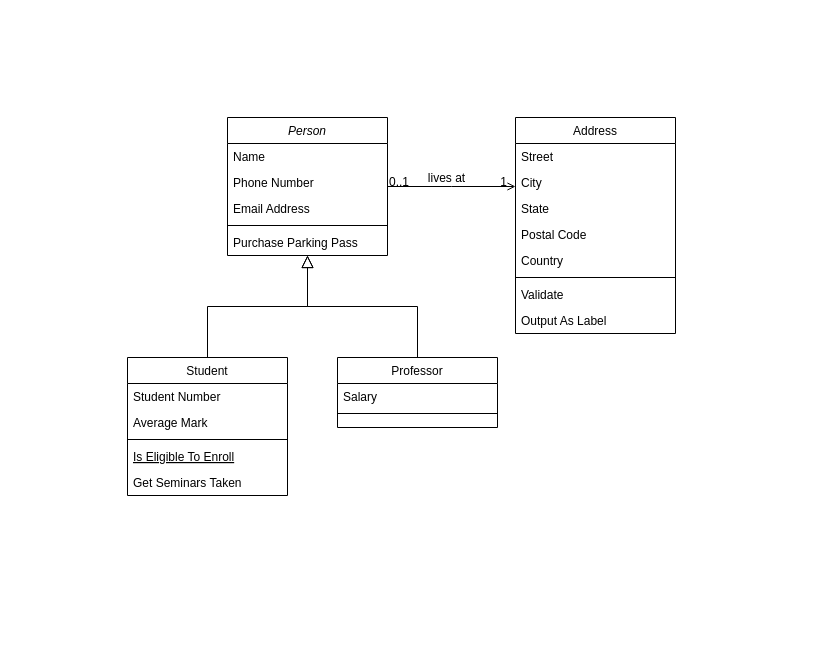
Earlier version of the draw.io diagram Діаграма без назви.drawio (Danvace/Insect-Java). Source tidied: cells renumbered, new cells numbered last; positions are measured from the earlier drawing's top-left corner, leaving out a move shared by most shapes. Both pictures are drawn from the tidied source at 100%, with x=0, y=0 at pixel (127, 117).
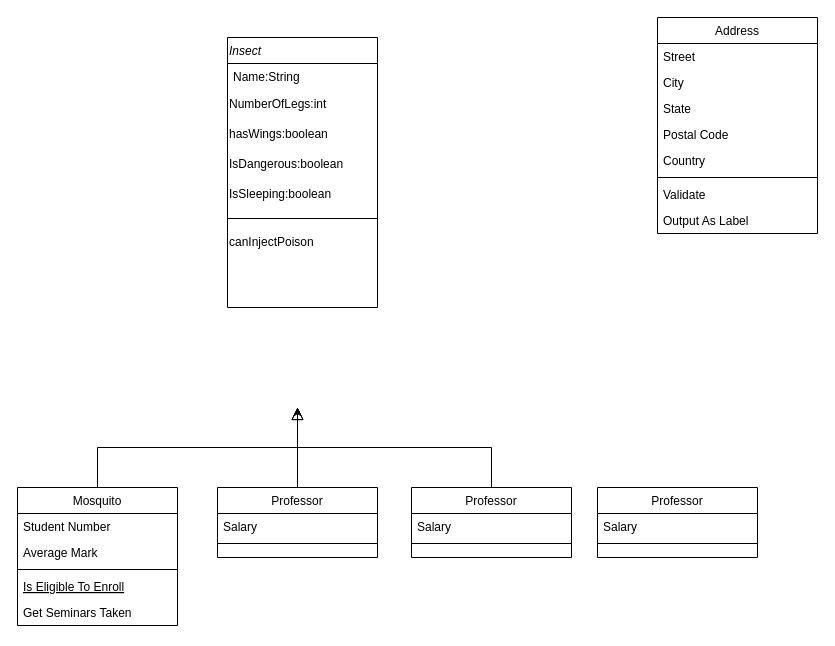
The same diagram, later.

Diff of the diagram source:
```diff
@@
-    <mxCell id="2" value="Person" style="swimlane;fontStyle=2;align=center;verticalAlign=top;horizontal=1;startSize=26;rounded=0;shadow=0;strokeWidth=1;" parent="1" vertex="1">
-      <mxGeometry x="100" width="160" height="138" as="geometry" />
+    <mxCell id="2" value="Insect" style="swimlane;fontStyle=2;align=left;verticalAlign=top;horizontal=1;startSize=26;rounded=0;shadow=0;strokeWidth=1;" parent="1" vertex="1">
+      <mxGeometry x="100" y="-80" width="150" height="270" as="geometry" />
     </mxCell>
-    <mxCell id="3" value="Name" style="text;align=left;verticalAlign=top;spacingLeft=4;spacingRight=4;overflow=hidden;" parent="2" vertex="1">
-      <mxGeometry y="26" width="160" height="26" as="geometry" />
+    <mxCell id="3" value="Name:String" style="text;align=left;verticalAlign=top;spacingLeft=4;spacingRight=4;overflow=hidden;" parent="2" vertex="1">
+      <mxGeometry y="26" width="150" height="26" as="geometry" />
     </mxCell>
-    <mxCell id="4" value="Phone Number" style="text;align=left;verticalAlign=top;spacingLeft=4;spacingRight=4;overflow=hidden;rounded=0;shadow=0;html=0;" parent="2" vertex="1">
-      <mxGeometry y="52" width="160" height="26" as="geometry" />
-    </mxCell>
-    <mxCell id="5" value="Email Address" style="text;align=left;verticalAlign=top;spacingLeft=4;spacingRight=4;overflow=hidden;rounded=0;shadow=0;html=0;" parent="2" vertex="1">
-      <mxGeometry y="78" width="160" height="26" as="geometry" />
-    </mxCell>
+    <mxCell id="32" value="NumberOfLegs:int" style="text;html=1;strokeColor=none;fillColor=none;align=left;verticalAlign=middle;whiteSpace=wrap;rounded=0;spacingLeft=0;labelPosition=center;verticalLabelPosition=middle;" parent="2" vertex="1">
+      <mxGeometry y="52" width="150" height="30" as="geometry" />
+    </mxCell>
+    <mxCell id="33" value="hasWings:boolean" style="text;html=1;strokeColor=none;fillColor=none;align=left;verticalAlign=middle;whiteSpace=wrap;rounded=0;" parent="2" vertex="1">
+      <mxGeometry y="82" width="150" height="30" as="geometry" />
+    </mxCell>
+    <mxCell id="34" value="IsDangerous:boolean" style="text;html=1;strokeColor=none;fillColor=none;align=left;verticalAlign=middle;whiteSpace=wrap;rounded=0;textDirection=ltr;" parent="2" vertex="1">
+      <mxGeometry y="112" width="150" height="30" as="geometry" />
+    </mxCell>
+    <mxCell id="35" value="IsSleeping:boolean" style="text;html=1;strokeColor=none;fillColor=none;align=left;verticalAlign=middle;whiteSpace=wrap;rounded=0;textDirection=ltr;" parent="2" vertex="1">
+      <mxGeometry y="142" width="150" height="30" as="geometry" />
+    </mxCell>
     <mxCell id="6" style="line;html=1;strokeWidth=1;align=left;verticalAlign=middle;spacingTop=-1;spacingLeft=3;spacingRight=3;labelPosition=right;" parent="2" vertex="1">
-      <mxGeometry y="104" width="160" height="8" as="geometry" />
+      <mxGeometry y="172" width="150" height="18" as="geometry" />
     </mxCell>
-    <mxCell id="7" value="Purchase Parking Pass" style="text;align=left;verticalAlign=top;spacingLeft=4;spacingRight=4;overflow=hidden;" parent="2" vertex="1">
-      <mxGeometry y="112" width="160" height="26" as="geometry" />
-    </mxCell>
+    <mxCell id="36" value="canInjectPoison" style="text;html=1;strokeColor=none;fillColor=none;align=left;verticalAlign=middle;whiteSpace=wrap;rounded=0;" parent="2" vertex="1">
+      <mxGeometry y="190" width="150" height="30" as="geometry" />
+    </mxCell>
-    <mxCell id="8" value="Student" style="swimlane;fontStyle=0;align=center;verticalAlign=top;horizontal=1;startSize=26;rounded=0;shadow=0;strokeWidth=1;" parent="1" vertex="1">
-      <mxGeometry y="240" width="160" height="138" as="geometry" />
+    <mxCell id="8" value="Mosquito" style="swimlane;fontStyle=0;align=center;verticalAlign=top;horizontal=1;startSize=26;rounded=0;shadow=0;strokeWidth=1;" parent="1" vertex="1">
+      <mxGeometry x="-110" y="370" width="160" height="138" as="geometry" />
     </mxCell>
@@
-    <mxCell id="14" style="endArrow=block;endSize=10;endFill=0;shadow=0;strokeWidth=1;rounded=0;edgeStyle=elbowEdgeStyle;elbow=vertical;" parent="1" edge="1" source="8" target="2">
-      <mxGeometry relative="1" as="geometry" />
+    <mxCell id="14" style="endArrow=block;endSize=10;endFill=0;shadow=0;strokeWidth=1;rounded=0;edgeStyle=elbowEdgeStyle;elbow=vertical;" parent="1" edge="1" source="8">
+      <mxGeometry relative="1" as="geometry">
+        <mxPoint x="170" y="290" as="targetPoint" />
+      </mxGeometry>
     </mxCell>
     <mxCell id="15" value="Professor" style="swimlane;fontStyle=0;align=center;verticalAlign=top;horizontal=1;startSize=26;rounded=0;shadow=0;strokeWidth=1;" parent="1" vertex="1">
-      <mxGeometry x="210" y="240" width="160" height="70" as="geometry" />
+      <mxGeometry x="90" y="370" width="160" height="70" as="geometry" />
     </mxCell>
@@
-    <mxCell id="18" style="endArrow=block;endSize=10;endFill=0;shadow=0;strokeWidth=1;rounded=0;edgeStyle=elbowEdgeStyle;elbow=vertical;" parent="1" edge="1" source="15" target="2">
-      <mxGeometry relative="1" as="geometry" />
+    <mxCell id="18" style="endArrow=block;endSize=10;endFill=0;shadow=0;strokeWidth=1;rounded=0;edgeStyle=elbowEdgeStyle;elbow=vertical;" parent="1" edge="1" source="15">
+      <mxGeometry relative="1" as="geometry">
+        <mxPoint x="170" y="290" as="targetPoint" />
+      </mxGeometry>
     </mxCell>
     <mxCell id="19" value="Address" style="swimlane;fontStyle=0;align=center;verticalAlign=top;horizontal=1;startSize=26;rounded=0;shadow=0;strokeWidth=1;" parent="1" vertex="1">
-      <mxGeometry x="388" width="160" height="216" as="geometry" />
+      <mxGeometry x="530" y="-100" width="160" height="216" as="geometry" />
     </mxCell>
@@
-    <mxCell id="28" style="endArrow=open;shadow=0;strokeWidth=1;rounded=0;endFill=1;edgeStyle=elbowEdgeStyle;elbow=vertical;" parent="1" edge="1" source="2" target="19">
-      <mxGeometry x="0.5" y="41" relative="1" as="geometry">
-        <mxPoint x="-40" y="32" as="offset" />
-      </mxGeometry>
-    </mxCell>
-    <mxCell id="29" value="0..1" style="align=left;verticalAlign=bottom;labelBackgroundColor=none;fontSize=12;" parent="28" vertex="1">
-      <mxGeometry x="-1" relative="1" as="geometry">
-        <mxPoint y="4" as="offset" />
-      </mxGeometry>
-    </mxCell>
-    <mxCell id="30" value="1" style="align=right;verticalAlign=bottom;labelBackgroundColor=none;fontSize=12;" parent="28" vertex="1">
-      <mxGeometry x="1" relative="1" as="geometry">
-        <mxPoint x="-7" y="4" as="offset" />
-      </mxGeometry>
-    </mxCell>
-    <mxCell id="31" value="lives at" style="text;html=1;align=center;verticalAlign=middle;labelBackgroundColor=none;rounded=0;shadow=0;strokeWidth=1;fontSize=12;" parent="28" vertex="1">
-      <mxGeometry x="0.5" y="49" relative="1" as="geometry">
-        <mxPoint x="-38" y="40" as="offset" />
-      </mxGeometry>
-    </mxCell>
+    <mxCell id="37" value="Professor" style="swimlane;fontStyle=0;align=center;verticalAlign=top;horizontal=1;startSize=26;rounded=0;shadow=0;strokeWidth=1;" parent="1" vertex="1">
+      <mxGeometry x="284" y="370" width="160" height="70" as="geometry" />
+    </mxCell>
+    <mxCell id="38" value="Salary" style="text;align=left;verticalAlign=top;spacingLeft=4;spacingRight=4;overflow=hidden;" parent="37" vertex="1">
+      <mxGeometry y="26" width="160" height="26" as="geometry" />
+    </mxCell>
+    <mxCell id="39" style="line;html=1;strokeWidth=1;align=left;verticalAlign=middle;spacingTop=-1;spacingLeft=3;spacingRight=3;labelPosition=right;" parent="37" vertex="1">
+      <mxGeometry y="52" width="160" height="8" as="geometry" />
+    </mxCell>
+    <mxCell id="40" value="Professor" style="swimlane;fontStyle=0;align=center;verticalAlign=top;horizontal=1;startSize=26;rounded=0;shadow=0;strokeWidth=1;" parent="1" vertex="1">
+      <mxGeometry x="470" y="370" width="160" height="70" as="geometry" />
+    </mxCell>
+    <mxCell id="41" value="Salary" style="text;align=left;verticalAlign=top;spacingLeft=4;spacingRight=4;overflow=hidden;" parent="40" vertex="1">
+      <mxGeometry y="26" width="160" height="26" as="geometry" />
+    </mxCell>
+    <mxCell id="42" style="line;html=1;strokeWidth=1;align=left;verticalAlign=middle;spacingTop=-1;spacingLeft=3;spacingRight=3;labelPosition=right;" parent="40" vertex="1">
+      <mxGeometry y="52" width="160" height="8" as="geometry" />
+    </mxCell>
+    <mxCell id="43" style="endArrow=classic;html=1;rounded=0;exitX=0.5;exitY=0;exitDx=0;exitDy=0;" parent="1" edge="1" source="37">
+      <mxGeometry relative="1" as="geometry">
+        <mxPoint x="170" y="290" as="targetPoint" />
+        <Array as="points">
+          <mxPoint x="364" y="330" />
+          <mxPoint x="170" y="330" />
+        </Array>
+      </mxGeometry>
+    </mxCell>
```
